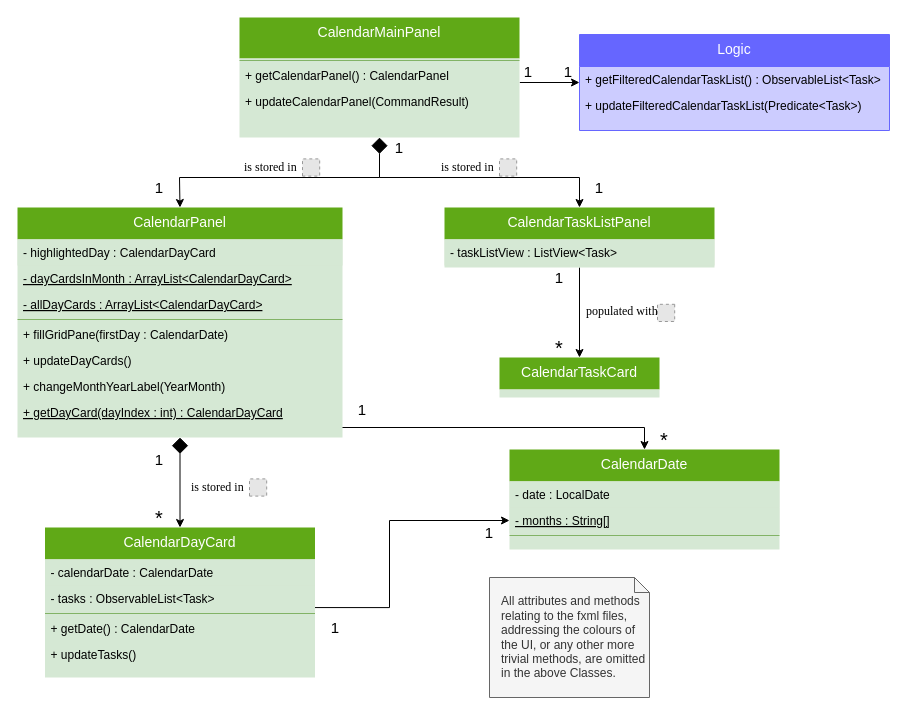
Above: docs/diagrams/CalendarUiClassDiagram.drawio in yapdianhao/main (draw.io), before the change. Source tidied: cells renumbered, new cells numbered last; positions are measured from the earlier drawing's top-left corner, leaving out a move shared by most shapes. Both pictures are drawn from the tidied source at 100%, with x=0, y=0 at pixel (17, 17). Pictures stored in the file or linked from it are replaced by grey dashed boxes.
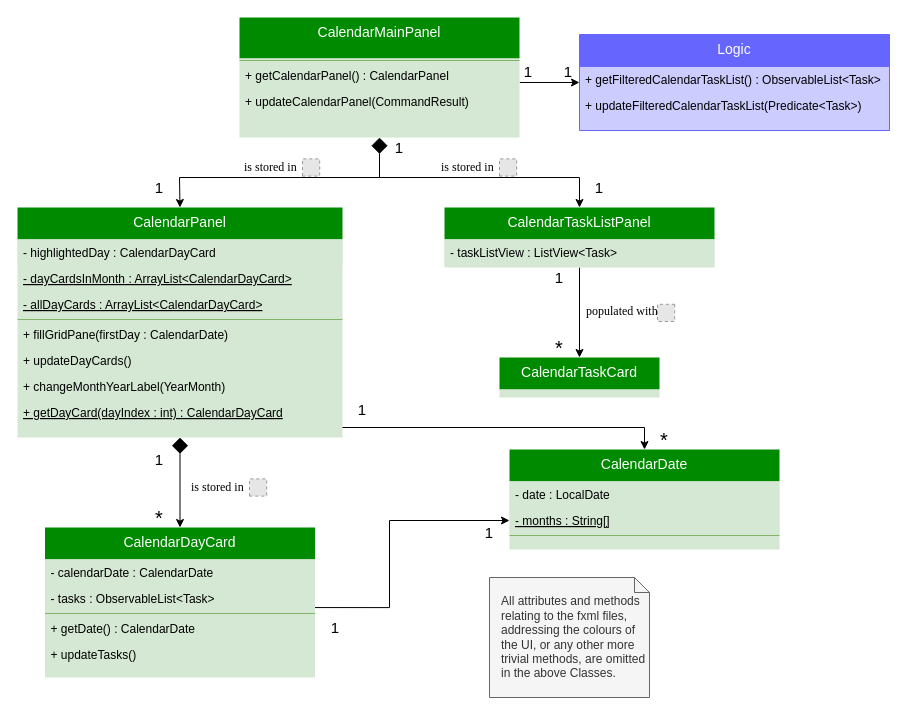
The same page after the edit.

The edit, as a diff of the source:
```diff
@@
-    <mxCell id="3" value="CalendarMainPanel" style="swimlane;fontStyle=0;align=center;verticalAlign=top;horizontal=1;startSize=41;rounded=0;shadow=0;strokeWidth=1;fillColor=#60a917;strokeColor=none;fontColor=#ffffff;swimlaneFillColor=#D5E8D4;fontSize=14;" parent="1" vertex="1">
+    <mxCell id="3" value="CalendarMainPanel" style="swimlane;fontStyle=0;align=center;verticalAlign=top;horizontal=1;startSize=41;rounded=0;shadow=0;strokeWidth=1;fillColor=#008A00;strokeColor=none;fontColor=#ffffff;swimlaneFillColor=#D5E8D4;fontSize=14;" parent="1" vertex="1">
       <mxGeometry x="222" width="280" height="120" as="geometry" />
     </mxCell>
@@
-    <mxCell id="9" value="CalendarTaskListPanel" style="swimlane;fontStyle=0;align=center;verticalAlign=top;horizontal=1;startSize=32;rounded=0;shadow=0;strokeWidth=1;fillColor=#60a917;strokeColor=none;fontColor=#ffffff;swimlaneFillColor=#D5E8D4;fontSize=14;" parent="1" vertex="1">
+    <mxCell id="9" value="CalendarTaskListPanel" style="swimlane;fontStyle=0;align=center;verticalAlign=top;horizontal=1;startSize=32;rounded=0;shadow=0;strokeWidth=1;fillColor=#008A00;strokeColor=none;fontColor=#ffffff;swimlaneFillColor=#D5E8D4;fontSize=14;" parent="1" vertex="1">
       <mxGeometry x="427" y="190" width="270" height="60" as="geometry" />
     </mxCell>
@@
-    <mxCell id="14" value="CalendarPanel" style="swimlane;fontStyle=0;align=center;verticalAlign=top;horizontal=1;startSize=32;rounded=0;shadow=0;strokeWidth=1;fillColor=#60a917;strokeColor=none;fontColor=#ffffff;swimlaneFillColor=#D5E8D4;fontSize=14;" parent="1" vertex="1">
+    <mxCell id="14" value="CalendarPanel" style="swimlane;fontStyle=0;align=center;verticalAlign=top;horizontal=1;startSize=32;rounded=0;shadow=0;strokeWidth=1;fillColor=#008A00;strokeColor=none;fontColor=#ffffff;swimlaneFillColor=#D5E8D4;fontSize=14;" parent="1" vertex="1">
       <mxGeometry y="190" width="325" height="230" as="geometry" />
     </mxCell>
@@
-    <mxCell id="23" value="CalendarDayCard" style="swimlane;fontStyle=0;align=center;verticalAlign=top;horizontal=1;startSize=32;rounded=0;shadow=0;strokeWidth=1;fillColor=#60a917;strokeColor=none;fontColor=#ffffff;swimlaneFillColor=#D5E8D4;fontSize=14;" parent="1" vertex="1">
+    <mxCell id="23" value="CalendarDayCard" style="swimlane;fontStyle=0;align=center;verticalAlign=top;horizontal=1;startSize=32;rounded=0;shadow=0;strokeWidth=1;fillColor=#008A00;strokeColor=none;fontColor=#ffffff;swimlaneFillColor=#D5E8D4;fontSize=14;" parent="1" vertex="1">
       <mxGeometry x="27.5" y="510" width="270" height="150" as="geometry" />
     </mxCell>
@@
-    <mxCell id="48" value="CalendarTaskCard" style="swimlane;fontStyle=0;align=center;verticalAlign=top;horizontal=1;startSize=32;rounded=0;shadow=0;strokeWidth=1;fillColor=#60a917;strokeColor=none;fontColor=#ffffff;swimlaneFillColor=#D5E8D4;fontSize=14;" parent="1" vertex="1">
+    <mxCell id="48" value="CalendarTaskCard" style="swimlane;fontStyle=0;align=center;verticalAlign=top;horizontal=1;startSize=32;rounded=0;shadow=0;strokeWidth=1;fillColor=#008A00;strokeColor=none;fontColor=#ffffff;swimlaneFillColor=#D5E8D4;fontSize=14;" parent="1" vertex="1">
       <mxGeometry x="482" y="340" width="160" height="40" as="geometry" />
     </mxCell>
@@
-    <mxCell id="58" value="CalendarDate" style="swimlane;fontStyle=0;align=center;verticalAlign=top;horizontal=1;startSize=32;rounded=0;shadow=0;strokeWidth=1;fillColor=#60a917;strokeColor=none;fontColor=#ffffff;swimlaneFillColor=#D5E8D4;fontSize=14;" parent="1" vertex="1">
+    <mxCell id="58" value="CalendarDate" style="swimlane;fontStyle=0;align=center;verticalAlign=top;horizontal=1;startSize=32;rounded=0;shadow=0;strokeWidth=1;fillColor=#008A00;strokeColor=none;fontColor=#ffffff;swimlaneFillColor=#D5E8D4;fontSize=14;" parent="1" vertex="1">
       <mxGeometry x="492" y="432" width="270" height="100" as="geometry" />
     </mxCell>
```
